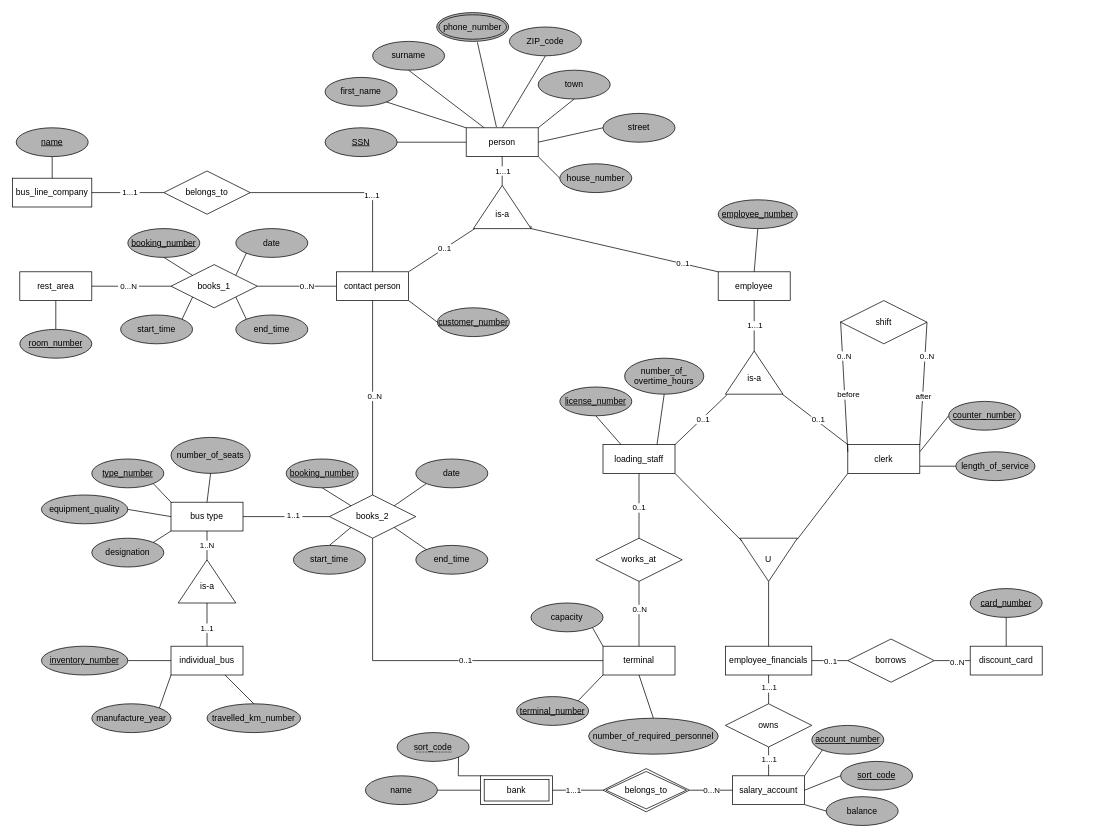
Martinaeht/DBS-Projektgruppe-5_ERM keeps this draw.io diagram as ERM project_group 5.drawio. Above is the earlier version. Source tidied: cells renumbered, new cells numbered last; positions are measured from the earlier drawing's top-left corner, leaving out a move shared by most shapes. Both pictures are drawn from the tidied source at 72%, with x=0, y=0 at pixel (12, 12).
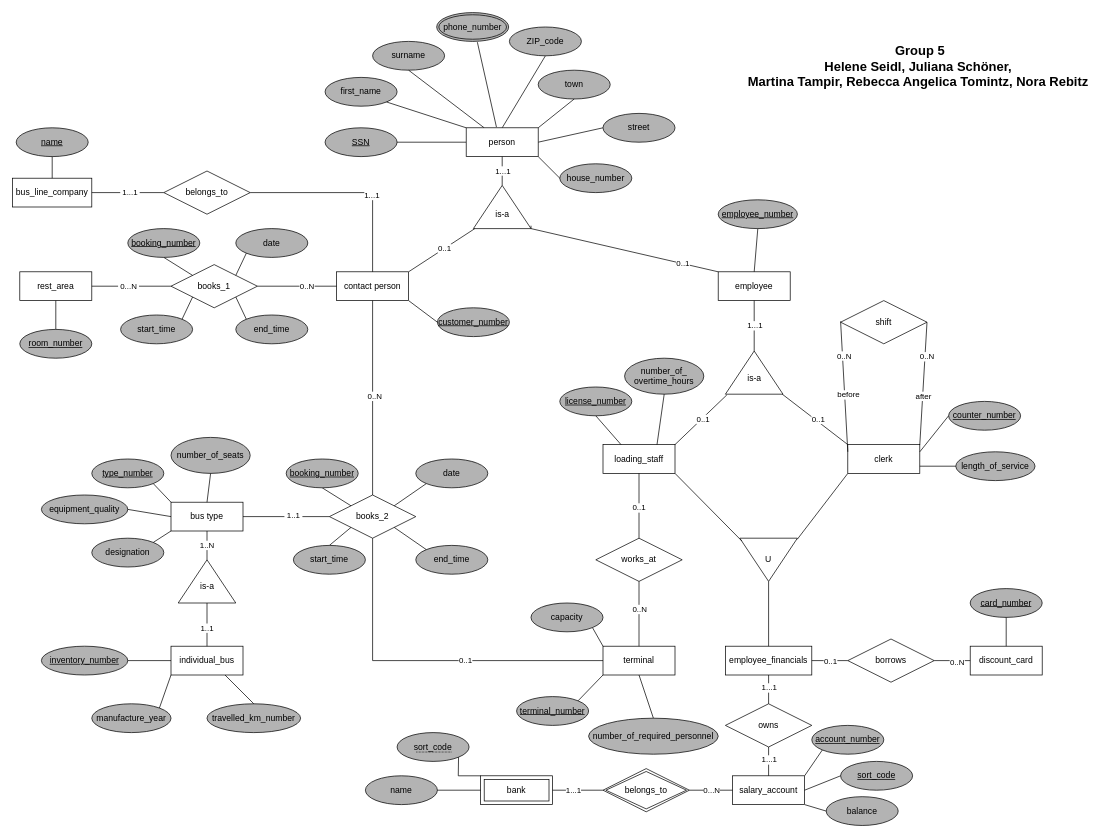
After the change.

Diff of the diagram source:
```diff
@@
+    <mxCell id="167" value="&lt;h2&gt;Group 5&lt;br&gt;Helene Seidl, Juliana Schöner,&amp;nbsp;&lt;br&gt;Martina Tampir, Rebecca Angelica Tomintz, Nora Rebitz&amp;nbsp;&lt;/h2&gt;" style="text;html=1;align=center;verticalAlign=middle;strokeColor=none;fillColor=none;" parent="1" vertex="1">
+      <mxGeometry x="1010" y="20" width="500" height="110" as="geometry" />
+    </mxCell>
```
